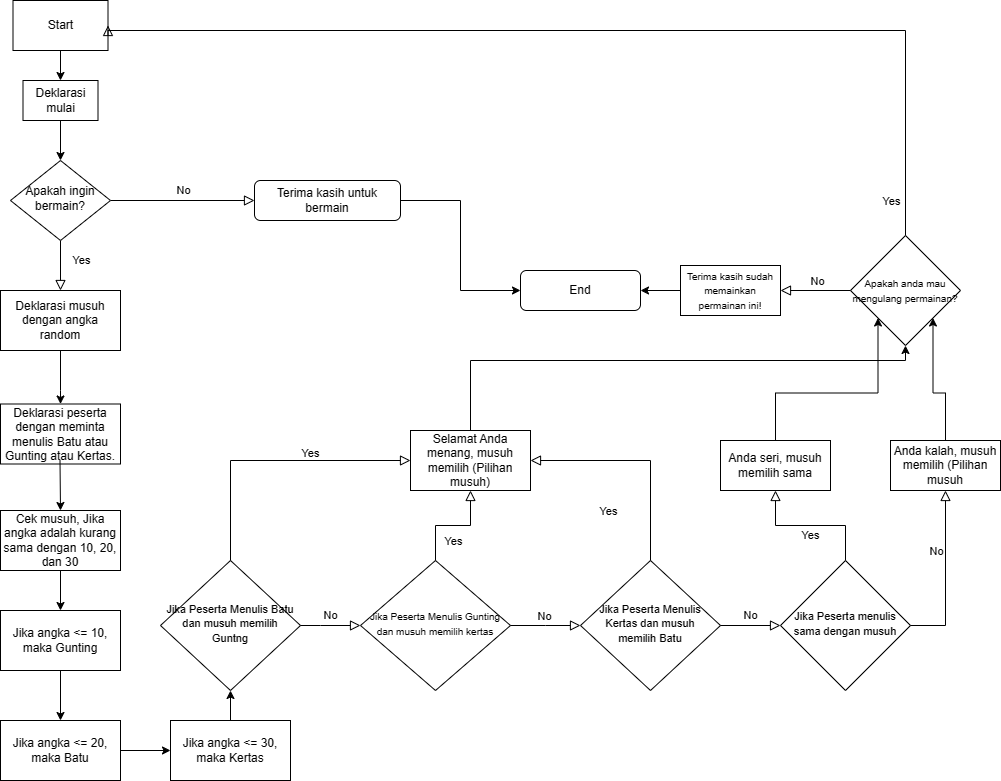
Before: tugas flowchart.png, a diagram exported from draw.io (Alex14012/Simple-Rock--Paper--Scissor). Source tidied: cells renumbered, new cells last; positions are measured from the earlier drawing's top-left corner, leaving out a move shared by most shapes.
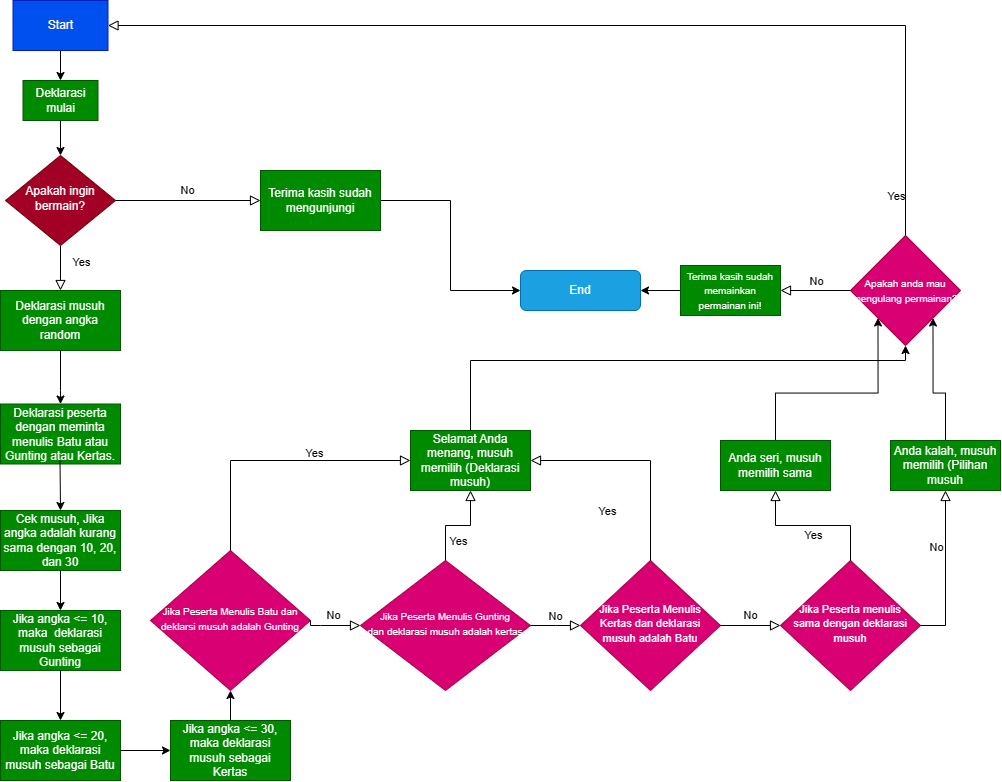
After the commit.

The edit, as a diff of the source:
```diff
@@ -1,4 +1,4 @@
-<mxGraphModel>
+<mxGraphModel background="#FFFFFF">
   <root>
     <mxCell id="0" />
     <mxCell id="1" parent="0" />
@@ -10,37 +10,34 @@
         <mxPoint x="21" y="-9" as="offset" />
       </mxGeometry>
     </mxCell>
-    <mxCell id="4" value="No" style="edgeStyle=orthogonalEdgeStyle;rounded=0;html=1;jettySize=auto;fontSize=11;endArrow=block;endFill=0;endSize=8;strokeWidth=1;shadow=0;labelBackgroundColor=none;" parent="1" edge="1" source="5" target="6">
+    <mxCell id="4" value="No" style="edgeStyle=orthogonalEdgeStyle;rounded=0;html=1;jettySize=auto;fontSize=11;endArrow=block;endFill=0;endSize=8;strokeWidth=1;shadow=0;labelBackgroundColor=none;entryX=0;entryY=0.5;entryDx=0;entryDy=0;" parent="1" edge="1" source="5" target="54">
       <mxGeometry y="10" relative="1" as="geometry" />
     </mxCell>
-    <mxCell id="5" value="Apakah ingin bermain?" style="rhombus;whiteSpace=wrap;html=1;shadow=0;fontFamily=Helvetica;fontSize=12;align=center;strokeWidth=1;spacing=6;spacingTop=-4;" parent="1" vertex="1">
-      <mxGeometry x="10" y="160" width="100" height="80" as="geometry" />
+    <mxCell id="5" value="Apakah ingin bermain?" style="rhombus;whiteSpace=wrap;html=1;shadow=0;fontFamily=Helvetica;fontSize=12;align=center;strokeWidth=1;spacing=6;spacingTop=-4;fillColor=#a20025;fontColor=#ffffff;strokeColor=#6F0000;" parent="1" vertex="1">
+      <mxGeometry x="5" y="155" width="110" height="90" as="geometry" />
     </mxCell>
-    <mxCell id="6" value="&lt;p&gt;Terima kasih untuk bermain&lt;/p&gt;" style="rounded=1;whiteSpace=wrap;html=1;fontSize=12;glass=0;strokeWidth=1;shadow=0;" parent="1" vertex="1">
-      <mxGeometry x="254" y="180" width="146" height="40" as="geometry" />
-    </mxCell>
-    <mxCell id="7" value="End" style="rounded=1;whiteSpace=wrap;html=1;fontSize=12;glass=0;strokeWidth=1;shadow=0;" parent="1" vertex="1">
+    <mxCell id="7" value="End" style="rounded=1;whiteSpace=wrap;html=1;fontSize=12;glass=0;strokeWidth=1;shadow=0;fillColor=#1ba1e2;fontColor=#ffffff;strokeColor=#006EAF;" parent="1" vertex="1">
       <mxGeometry x="520" y="270" width="120" height="40" as="geometry" />
     </mxCell>
-    <mxCell id="8" value="Deklarasi musuh dengan angka random" style="rounded=0;whiteSpace=wrap;html=1;" parent="1" vertex="1">
+    <mxCell id="8" value="Deklarasi musuh dengan angka random" style="rounded=0;whiteSpace=wrap;html=1;fillColor=#008a00;fontColor=#ffffff;strokeColor=#005700;" parent="1" vertex="1">
       <mxGeometry y="290" width="120" height="60" as="geometry" />
     </mxCell>
     <mxCell id="9" style="edgeStyle=orthogonalEdgeStyle;rounded=0;jettySize=auto;html=1;entryX=0.5;entryY=0;entryDx=0;entryDy=0;" parent="1" edge="1" source="10" target="11">
       <mxGeometry relative="1" as="geometry" />
     </mxCell>
-    <mxCell id="10" value="Start" style="rounded=0;whiteSpace=wrap;html=1;" parent="1" vertex="1">
+    <mxCell id="10" value="Start" style="rounded=0;whiteSpace=wrap;html=1;fillColor=#0050ef;strokeColor=#001DBC;fontColor=#ffffff;" parent="1" vertex="1">
       <mxGeometry x="12.5" width="95" height="50" as="geometry" />
     </mxCell>
-    <mxCell id="11" value="Deklarasi mulai" style="rounded=0;whiteSpace=wrap;html=1;" parent="1" vertex="1">
+    <mxCell id="11" value="Deklarasi mulai" style="rounded=0;whiteSpace=wrap;html=1;fillColor=#008a00;strokeColor=#005700;fontColor=#ffffff;" parent="1" vertex="1">
       <mxGeometry x="22.5" y="80" width="75" height="40" as="geometry" />
     </mxCell>
     <mxCell id="12" style="endArrow=classic;html=1;rounded=0;exitX=0.5;exitY=1;exitDx=0;exitDy=0;entryX=0.5;entryY=0;entryDx=0;entryDy=0;" parent="1" edge="1" source="11" target="5">
       <mxGeometry relative="1" as="geometry" />
     </mxCell>
-    <mxCell id="13" value="Deklarasi peserta dengan meminta menulis Batu atau Gunting atau Kertas." style="rounded=0;whiteSpace=wrap;html=1;" parent="1" vertex="1">
+    <mxCell id="13" value="Deklarasi peserta dengan meminta menulis Batu atau Gunting atau Kertas." style="rounded=0;whiteSpace=wrap;html=1;fillColor=#008a00;fontColor=#ffffff;strokeColor=#005700;" parent="1" vertex="1">
       <mxGeometry y="403.5" width="120" height="60" as="geometry" />
     </mxCell>
-    <mxCell id="14" style="edgeStyle=orthogonalEdgeStyle;rounded=0;jettySize=auto;html=1;entryX=0;entryY=0.5;entryDx=0;entryDy=0;exitX=1;exitY=0.5;exitDx=0;exitDy=0;" parent="1" edge="1" source="6" target="7">
+    <mxCell id="14" style="edgeStyle=orthogonalEdgeStyle;rounded=0;jettySize=auto;html=1;entryX=0;entryY=0.5;entryDx=0;entryDy=0;exitX=1;exitY=0.5;exitDx=0;exitDy=0;" parent="1" edge="1" source="54" target="7">
       <mxGeometry relative="1" as="geometry" />
     </mxCell>
     <mxCell id="15" style="edgeStyle=orthogonalEdgeStyle;rounded=0;jettySize=auto;html=1;exitX=0.5;exitY=1;exitDx=0;exitDy=0;" parent="1" edge="1" source="8" target="13">
@@ -56,19 +53,19 @@
         <mxPoint x="59.5" y="460" as="sourcePoint" />
       </mxGeometry>
     </mxCell>
-    <mxCell id="17" value="Cek musuh, Jika angka adalah kurang sama dengan 10, 20, dan 30" style="rounded=0;whiteSpace=wrap;html=1;" parent="1" vertex="1">
+    <mxCell id="17" value="Cek musuh, Jika angka adalah kurang sama dengan 10, 20, dan 30" style="rounded=0;whiteSpace=wrap;html=1;fillColor=#008a00;fontColor=#ffffff;strokeColor=#005700;" parent="1" vertex="1">
       <mxGeometry y="510" width="120" height="60" as="geometry" />
     </mxCell>
-    <mxCell id="18" value="Jika angka &amp;lt;= 10, maka Gunting" style="rounded=0;whiteSpace=wrap;html=1;" parent="1" vertex="1">
+    <mxCell id="18" value="Jika angka &amp;lt;= 10, maka&amp;nbsp; deklarasi musuh sebagai Gunting" style="rounded=0;whiteSpace=wrap;html=1;fillColor=#008a00;fontColor=#ffffff;strokeColor=#005700;" parent="1" vertex="1">
       <mxGeometry y="610" width="120" height="60" as="geometry" />
     </mxCell>
-    <mxCell id="19" value="Jika angka &amp;lt;= 20, maka Batu" style="rounded=0;whiteSpace=wrap;html=1;" parent="1" vertex="1">
+    <mxCell id="19" value="Jika angka &amp;lt;= 20, maka deklarasi musuh sebagai Batu" style="rounded=0;whiteSpace=wrap;html=1;fillColor=#008a00;fontColor=#ffffff;strokeColor=#005700;" parent="1" vertex="1">
       <mxGeometry y="720" width="120" height="60" as="geometry" />
     </mxCell>
     <mxCell id="20" style="edgeStyle=orthogonalEdgeStyle;rounded=0;jettySize=auto;html=1;exitX=0.5;exitY=0;exitDx=0;exitDy=0;" parent="1" edge="1" source="21" target="25">
       <mxGeometry relative="1" as="geometry" />
     </mxCell>
-    <mxCell id="21" value="Jika angka &amp;lt;= 30, maka Kertas" style="rounded=0;whiteSpace=wrap;html=1;" parent="1" vertex="1">
+    <mxCell id="21" value="Jika angka &amp;lt;= 30, maka deklarasi musuh sebagai Kertas" style="rounded=0;whiteSpace=wrap;html=1;fillColor=#008a00;fontColor=#ffffff;strokeColor=#005700;" parent="1" vertex="1">
       <mxGeometry x="170" y="720" width="120" height="60" as="geometry" />
     </mxCell>
     <mxCell id="22" style="edgeStyle=orthogonalEdgeStyle;rounded=0;jettySize=auto;html=1;exitX=0.5;exitY=1;exitDx=0;exitDy=0;" parent="1" edge="1" source="17" target="18">
@@ -80,17 +77,17 @@
     <mxCell id="24" style="edgeStyle=orthogonalEdgeStyle;rounded=0;jettySize=auto;html=1;exitX=1;exitY=0.5;exitDx=0;exitDy=0;entryX=0;entryY=0.5;entryDx=0;entryDy=0;" parent="1" edge="1" source="19" target="21">
       <mxGeometry relative="1" as="geometry" />
     </mxCell>
-    <mxCell id="25" value="&lt;font style=&quot;font-size: 11px;&quot;&gt;Jika Peserta Menulis Batu dan musuh memilih Guntng&lt;/font&gt;" style="rhombus;whiteSpace=wrap;html=1;shadow=0;fontFamily=Helvetica;fontSize=12;align=center;strokeWidth=1;spacing=6;spacingTop=-4;" parent="1" vertex="1">
-      <mxGeometry x="160" y="560" width="140" height="130" as="geometry" />
+    <mxCell id="25" value="&lt;font style=&quot;font-size: 10px;&quot;&gt;Jika Peserta Menulis Batu dan deklarsi musuh adalah Gunting&lt;/font&gt;" style="rhombus;whiteSpace=wrap;html=1;shadow=0;fontFamily=Helvetica;fontSize=12;align=center;strokeWidth=1;spacing=6;spacingTop=-4;fillColor=#d80073;fontColor=#ffffff;strokeColor=#A50040;" parent="1" vertex="1">
+      <mxGeometry x="150" y="550" width="160" height="140" as="geometry" />
     </mxCell>
-    <mxCell id="26" value="&lt;font style=&quot;font-size: 10px;&quot;&gt;Jika Peserta Menulis Gunting&lt;br&gt;dan musuh memilih kertas&lt;/font&gt;" style="rhombus;whiteSpace=wrap;html=1;shadow=0;fontFamily=Helvetica;fontSize=12;align=center;strokeWidth=1;spacing=6;spacingTop=-4;" parent="1" vertex="1">
-      <mxGeometry x="360" y="560" width="150" height="130" as="geometry" />
+    <mxCell id="26" value="&lt;font style=&quot;font-size: 10px;&quot;&gt;Jika Peserta Menulis Gunting&lt;br&gt;dan deklarasi musuh adalah kertas&lt;/font&gt;" style="rhombus;whiteSpace=wrap;html=1;shadow=0;fontFamily=Helvetica;fontSize=12;align=center;strokeWidth=1;spacing=6;spacingTop=-4;fillColor=#d80073;fontColor=#ffffff;strokeColor=#A50040;" parent="1" vertex="1">
+      <mxGeometry x="360" y="560" width="170" height="130" as="geometry" />
     </mxCell>
-    <mxCell id="27" value="&lt;font style=&quot;font-size: 11px;&quot;&gt;Jika Peserta Menulis Kertas dan musuh memilih Batu&lt;/font&gt;" style="rhombus;whiteSpace=wrap;html=1;shadow=0;fontFamily=Helvetica;fontSize=12;align=center;strokeWidth=1;spacing=6;spacingTop=-4;" parent="1" vertex="1">
+    <mxCell id="27" value="&lt;font style=&quot;font-size: 11px;&quot;&gt;Jika Peserta Menulis Kertas dan deklarasi musuh adalah Batu&lt;/font&gt;" style="rhombus;whiteSpace=wrap;html=1;shadow=0;fontFamily=Helvetica;fontSize=12;align=center;strokeWidth=1;spacing=6;spacingTop=-4;fillColor=#d80073;fontColor=#ffffff;strokeColor=#A50040;" parent="1" vertex="1">
       <mxGeometry x="580" y="560" width="140" height="130" as="geometry" />
     </mxCell>
-    <mxCell id="28" value="&lt;font style=&quot;font-size: 11px;&quot;&gt;Jika Peserta menulis sama dengan musuh&lt;/font&gt;" style="rhombus;whiteSpace=wrap;html=1;shadow=0;fontFamily=Helvetica;fontSize=12;align=center;strokeWidth=1;spacing=6;spacingTop=-4;" parent="1" vertex="1">
-      <mxGeometry x="780" y="560" width="130" height="130" as="geometry" />
+    <mxCell id="28" value="&lt;font style=&quot;font-size: 11px;&quot;&gt;Jika Peserta menulis sama dengan deklarasi musuh&lt;/font&gt;" style="rhombus;whiteSpace=wrap;html=1;shadow=0;fontFamily=Helvetica;fontSize=12;align=center;strokeWidth=1;spacing=6;spacingTop=-4;fillColor=#d80073;fontColor=#ffffff;strokeColor=#A50040;" parent="1" vertex="1">
+      <mxGeometry x="780" y="560" width="140" height="130" as="geometry" />
     </mxCell>
     <mxCell id="29" style="rounded=0;html=1;jettySize=auto;fontSize=11;endArrow=block;endFill=0;endSize=8;strokeWidth=1;shadow=0;labelBackgroundColor=none;edgeStyle=orthogonalEdgeStyle;exitX=0.5;exitY=0;exitDx=0;exitDy=0;entryX=0.5;entryY=1;entryDx=0;entryDy=0;" parent="1" edge="1" source="26" target="36">
       <mxGeometry y="20" relative="1" as="geometry" />
@@ -124,7 +121,7 @@
         </Array>
       </mxGeometry>
     </mxCell>
-    <mxCell id="36" value="Selamat Anda menang, musuh memilih (Pilihan musuh)" style="rounded=0;whiteSpace=wrap;html=1;" parent="1" vertex="1">
+    <mxCell id="36" value="Selamat Anda menang, musuh memilih (Deklarasi musuh)" style="rounded=0;whiteSpace=wrap;html=1;fillColor=#008a00;fontColor=#ffffff;strokeColor=#005700;" parent="1" vertex="1">
       <mxGeometry x="410" y="430" width="120" height="60" as="geometry" />
     </mxCell>
     <mxCell id="37" style="rounded=0;html=1;jettySize=auto;fontSize=11;endArrow=block;endFill=0;endSize=8;strokeWidth=1;shadow=0;labelBackgroundColor=none;edgeStyle=orthogonalEdgeStyle;entryX=1;entryY=0.5;entryDx=0;entryDy=0;exitX=0.5;exitY=0;exitDx=0;exitDy=0;" parent="1" edge="1" source="27" target="36">
@@ -157,22 +154,22 @@
     <mxCell id="43" style="edgeStyle=orthogonalEdgeStyle;rounded=0;jettySize=auto;html=1;exitX=0.5;exitY=0;exitDx=0;exitDy=0;entryX=0;entryY=1;entryDx=0;entryDy=0;" parent="1" edge="1" source="44" target="49">
       <mxGeometry relative="1" as="geometry" />
     </mxCell>
-    <mxCell id="44" value="Anda seri, musuh memilih sama" style="rounded=0;whiteSpace=wrap;html=1;" parent="1" vertex="1">
+    <mxCell id="44" value="Anda seri, musuh memilih sama" style="rounded=0;whiteSpace=wrap;html=1;fillColor=#008a00;fontColor=#ffffff;strokeColor=#005700;" parent="1" vertex="1">
       <mxGeometry x="720" y="440" width="110" height="50" as="geometry" />
     </mxCell>
     <mxCell id="45" style="edgeStyle=orthogonalEdgeStyle;rounded=0;jettySize=auto;html=1;exitX=0.5;exitY=0;exitDx=0;exitDy=0;entryX=1;entryY=1;entryDx=0;entryDy=0;" parent="1" edge="1" source="46" target="49">
       <mxGeometry relative="1" as="geometry" />
     </mxCell>
-    <mxCell id="46" value="Anda kalah, musuh memilih (Pilihan musuh" style="rounded=0;whiteSpace=wrap;html=1;" parent="1" vertex="1">
+    <mxCell id="46" value="Anda kalah, musuh memilih (Pilihan musuh" style="rounded=0;whiteSpace=wrap;html=1;fillColor=#008a00;fontColor=#ffffff;strokeColor=#005700;" parent="1" vertex="1">
       <mxGeometry x="890" y="440" width="110" height="50" as="geometry" />
     </mxCell>
     <mxCell id="47" style="edgeStyle=orthogonalEdgeStyle;rounded=0;jettySize=auto;html=1;exitX=0;exitY=0.5;exitDx=0;exitDy=0;entryX=1;entryY=0.5;entryDx=0;entryDy=0;" parent="1" edge="1" source="48" target="7">
       <mxGeometry relative="1" as="geometry" />
     </mxCell>
-    <mxCell id="48" value="&lt;font style=&quot;font-size: 10px;&quot;&gt;Terima kasih sudah memainkan permainan ini!&lt;/font&gt;" style="rounded=0;whiteSpace=wrap;html=1;" parent="1" vertex="1">
+    <mxCell id="48" value="&lt;font style=&quot;font-size: 10px;&quot;&gt;Terima kasih sudah memainkan permainan ini!&lt;/font&gt;" style="rounded=0;whiteSpace=wrap;html=1;fillColor=#008a00;fontColor=#ffffff;strokeColor=#005700;" parent="1" vertex="1">
       <mxGeometry x="680" y="265" width="100" height="50" as="geometry" />
     </mxCell>
-    <mxCell id="49" value="&lt;font style=&quot;font-size: 10px;&quot;&gt;Apakah anda mau mengulang permainan?&lt;/font&gt;" style="rhombus;whiteSpace=wrap;html=1;" parent="1" vertex="1">
+    <mxCell id="49" value="&lt;font style=&quot;font-size: 10px;&quot;&gt;Apakah anda mau mengulang permainan?&lt;/font&gt;" style="rhombus;whiteSpace=wrap;html=1;fillColor=#d80073;fontColor=#ffffff;strokeColor=#A50040;" parent="1" vertex="1">
       <mxGeometry x="850" y="235" width="110" height="110" as="geometry" />
     </mxCell>
     <mxCell id="50" style="rounded=0;html=1;jettySize=auto;fontSize=11;endArrow=block;endFill=0;endSize=8;strokeWidth=1;shadow=0;labelBackgroundColor=none;edgeStyle=orthogonalEdgeStyle;entryX=1;entryY=0.5;entryDx=0;entryDy=0;exitX=0;exitY=0.5;exitDx=0;exitDy=0;" parent="1" edge="1" source="49" target="48">
@@ -186,8 +183,7 @@
     <mxCell id="52" style="rounded=0;html=1;jettySize=auto;fontSize=11;endArrow=block;endFill=0;endSize=8;strokeWidth=1;shadow=0;labelBackgroundColor=none;edgeStyle=orthogonalEdgeStyle;exitX=0.5;exitY=0;exitDx=0;exitDy=0;entryX=1;entryY=0.5;entryDx=0;entryDy=0;" parent="1" edge="1" source="49" target="10">
       <mxGeometry y="20" relative="1" as="geometry">
         <Array as="points">
-          <mxPoint x="905" y="30" />
-          <mxPoint x="108" y="30" />
+          <mxPoint x="905" y="25" />
         </Array>
       </mxGeometry>
     </mxCell>
@@ -196,5 +192,8 @@
         <mxPoint x="273" y="170" as="offset" />
       </mxGeometry>
     </mxCell>
+    <mxCell id="54" value="Terima kasih sudah mengunjungi" style="rounded=0;whiteSpace=wrap;html=1;fillColor=#008a00;fontColor=#ffffff;strokeColor=#005700;" parent="1" vertex="1">
+      <mxGeometry x="260" y="170" width="120" height="60" as="geometry" />
+    </mxCell>
   </root>
 </mxGraphModel>
```
